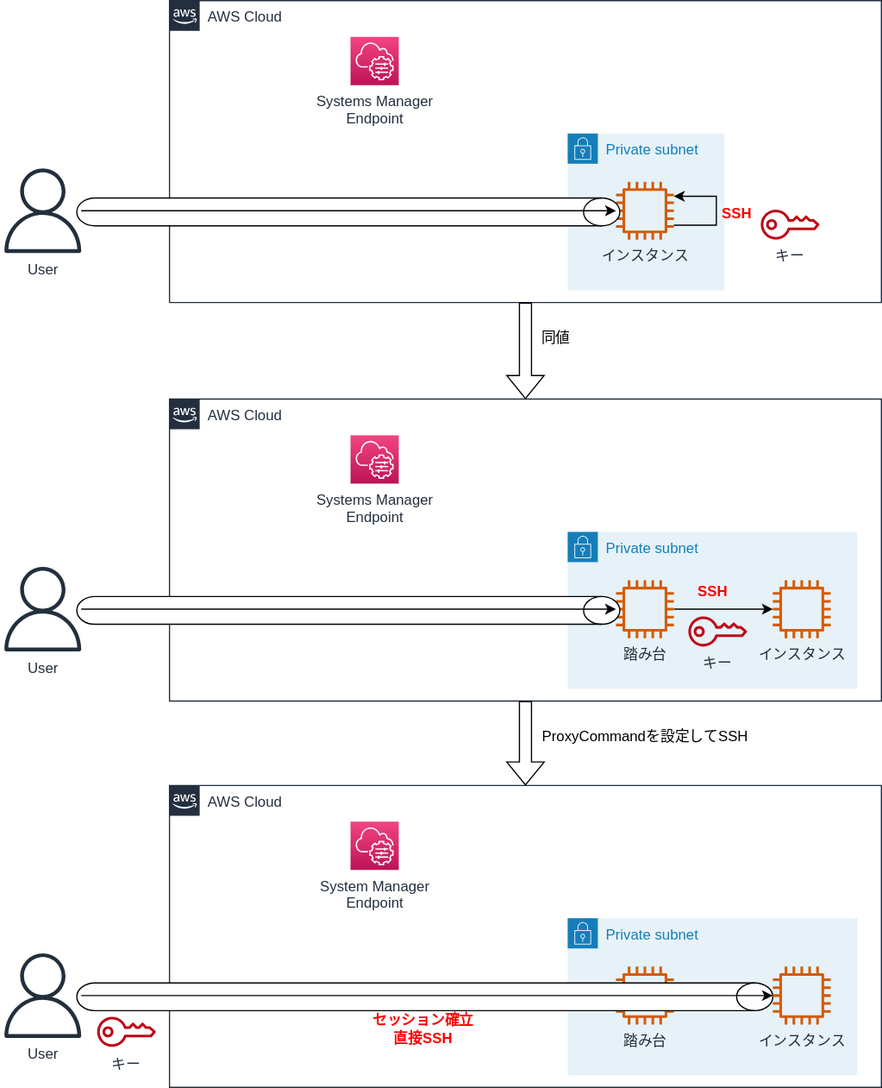
sensq/ssh-over-session-manager keeps this draw.io diagram as images/sm_ssh.drawio.svg. Above is the earlier version. Source tidied: cells renumbered, new cells last; positions are measured from the earlier drawing's top-left corner, leaving out a move shared by most shapes.
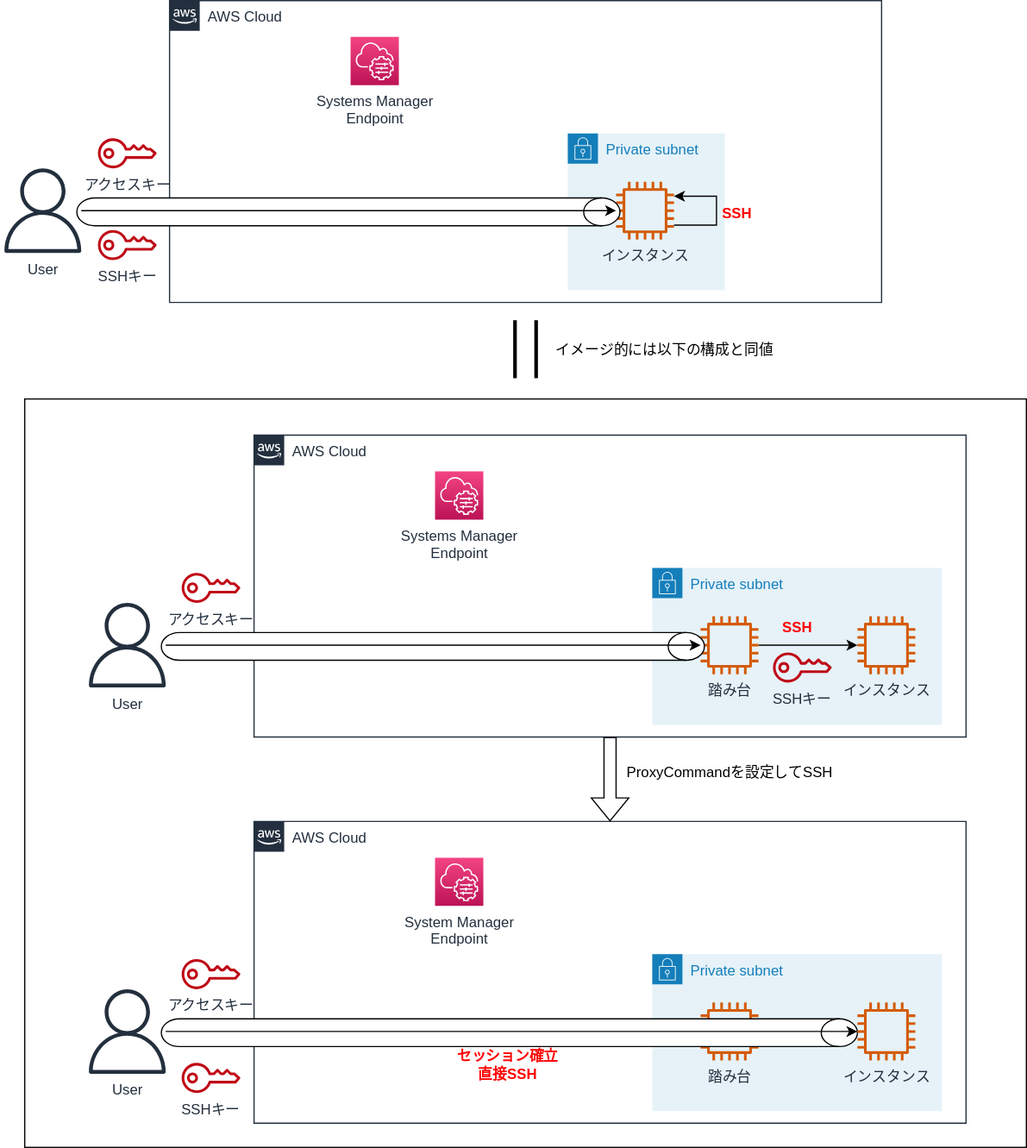
After the change.

Change to the diagram source:
```diff
@@ -2,26 +2,38 @@
   <root>
     <mxCell id="0" />
     <mxCell id="1" parent="0" />
+    <mxCell id="37" style="rounded=0;whiteSpace=wrap;html=1;strokeWidth=1;fillColor=none;" parent="1" vertex="1">
+      <mxGeometry x="-50" y="300" width="830" height="620" as="geometry" />
+    </mxCell>
+    <mxCell id="38" value="アクセスキー" style="sketch=0;fontColor=#232F3E;gradientColor=none;fillColor=#BF0816;strokeColor=none;dashed=0;verticalLabelPosition=bottom;verticalAlign=top;align=center;html=1;fontSize=12;fontStyle=0;shape=mxgraph.aws4.addon;" parent="37" vertex="1">
+      <mxGeometry x="130" y="144" width="48.8" height="25" as="geometry" />
+    </mxCell>
+    <mxCell id="36" value="アクセスキー" style="sketch=0;fontColor=#232F3E;gradientColor=none;fillColor=#BF0816;strokeColor=none;dashed=0;verticalLabelPosition=bottom;verticalAlign=top;align=center;html=1;fontSize=12;fontStyle=0;shape=mxgraph.aws4.addon;" parent="37" vertex="1">
+      <mxGeometry x="130" y="464" width="48.8" height="25" as="geometry" />
+    </mxCell>
+    <mxCell id="39" value="SSHキー" style="sketch=0;fontColor=#232F3E;gradientColor=none;fillColor=#BF0816;strokeColor=none;dashed=0;verticalLabelPosition=bottom;verticalAlign=top;align=center;html=1;fontSize=12;fontStyle=0;shape=mxgraph.aws4.addon;" parent="37" vertex="1">
+      <mxGeometry x="130" y="550" width="48.8" height="25" as="geometry" />
+    </mxCell>
     <mxCell id="2" value="AWS Cloud" style="points=[[0,0],[0.25,0],[0.5,0],[0.75,0],[1,0],[1,0.25],[1,0.5],[1,0.75],[1,1],[0.75,1],[0.5,1],[0.25,1],[0,1],[0,0.75],[0,0.5],[0,0.25]];outlineConnect=0;gradientColor=none;html=1;whiteSpace=wrap;fontSize=12;fontStyle=0;shape=mxgraph.aws4.group;grIcon=mxgraph.aws4.group_aws_cloud_alt;strokeColor=#232F3E;fillColor=none;verticalAlign=top;align=left;spacingLeft=30;fontColor=#232F3E;dashed=0;" parent="1" vertex="1">
       <mxGeometry x="140" y="330" width="590" height="250" as="geometry" />
     </mxCell>
     <mxCell id="3" value="Private subnet" style="gradientColor=none;html=1;whiteSpace=wrap;fontSize=12;fontStyle=0;shape=mxgraph.aws4.group;grIcon=mxgraph.aws4.group_security_group;grStroke=0;strokeColor=#147EBA;fillColor=#E6F2F8;verticalAlign=top;align=left;spacingLeft=30;fontColor=#147EBA;dashed=0;" parent="1" vertex="1">
-      <mxGeometry x="470" y="110" width="130" height="130" as="geometry" />
+      <mxGeometry x="400" y="80" width="130" height="130" as="geometry" />
     </mxCell>
     <mxCell id="4" value="AWS Cloud" style="points=[[0,0],[0.25,0],[0.5,0],[0.75,0],[1,0],[1,0.25],[1,0.5],[1,0.75],[1,1],[0.75,1],[0.5,1],[0.25,1],[0,1],[0,0.75],[0,0.5],[0,0.25]];outlineConnect=0;gradientColor=none;html=1;whiteSpace=wrap;fontSize=12;fontStyle=0;shape=mxgraph.aws4.group;grIcon=mxgraph.aws4.group_aws_cloud_alt;strokeColor=#232F3E;fillColor=none;verticalAlign=top;align=left;spacingLeft=30;fontColor=#232F3E;dashed=0;" parent="1" vertex="1">
-      <mxGeometry x="140" width="590" height="250" as="geometry" />
+      <mxGeometry x="70" y="-30" width="590" height="250" as="geometry" />
     </mxCell>
     <mxCell id="5" value="インスタンス" style="sketch=0;outlineConnect=0;fontColor=#232F3E;gradientColor=none;fillColor=#D45B07;strokeColor=none;dashed=0;verticalLabelPosition=bottom;verticalAlign=top;align=center;html=1;fontSize=12;fontStyle=0;shape=mxgraph.aws4.instance2;points=[[0.25,0],[0.5,0],[0.75,0],[0,0.25],[0,0.5],[0,0.75],[0.25,1],[0.5,1],[0.75,1],[1,0.25],[1,0.5],[1,0.75]];" parent="1" vertex="1">
-      <mxGeometry x="510" y="150" width="48" height="48" as="geometry" />
+      <mxGeometry x="440" y="120" width="48" height="48" as="geometry" />
     </mxCell>
     <mxCell id="6" value="Systems Manager&lt;br&gt;Endpoint" style="sketch=0;fontColor=#232F3E;gradientColor=#F34482;gradientDirection=north;fillColor=#BC1356;strokeColor=#ffffff;dashed=0;verticalLabelPosition=bottom;verticalAlign=top;align=center;html=1;fontSize=12;fontStyle=0;shape=mxgraph.aws4.resourceIcon;resIcon=mxgraph.aws4.systems_manager;" parent="1" vertex="1">
-      <mxGeometry x="290" y="30" width="40" height="40" as="geometry" />
+      <mxGeometry x="220" width="40" height="40" as="geometry" />
     </mxCell>
     <mxCell id="7" value="User" style="sketch=0;outlineConnect=0;fontColor=#232F3E;gradientColor=none;fillColor=#232F3D;strokeColor=none;dashed=0;verticalLabelPosition=bottom;verticalAlign=top;align=center;html=1;fontSize=12;fontStyle=0;shape=mxgraph.aws4.user;points=[[0.25,0],[0.5,0],[0.75,0],[0,0.25],[0,0.5],[0,0.75],[0.25,1],[0.5,1],[0.75,1],[1,0.25],[1,0.5],[1,0.75]];" parent="1" vertex="1">
-      <mxGeometry y="139" width="70" height="70" as="geometry" />
+      <mxGeometry x="-70" y="109" width="70" height="70" as="geometry" />
     </mxCell>
     <mxCell id="8" style="shape=cylinder3;whiteSpace=wrap;html=1;boundedLbl=1;backgroundOutline=1;size=15;direction=south;" parent="1" vertex="1">
-      <mxGeometry x="63.2" y="163.5" width="450" height="23" as="geometry" />
+      <mxGeometry x="-6.8" y="133.5" width="450" height="23" as="geometry" />
     </mxCell>
     <mxCell id="9" style="endArrow=classic;html=1;rounded=0;entryX=0;entryY=0.5;entryDx=0;entryDy=0;exitX=1;exitY=0.5;exitDx=0;exitDy=0;" parent="1" edge="1" source="7" target="5">
       <mxGeometry relative="1" as="geometry" />
@@ -29,13 +41,13 @@
     <mxCell id="10" style="edgeStyle=orthogonalEdgeStyle;rounded=0;html=1;exitX=1;exitY=0.75;exitDx=0;exitDy=0;entryX=1;entryY=0.25;entryDx=0;entryDy=0;" parent="1" edge="1" source="5" target="5">
       <mxGeometry relative="1" as="geometry">
         <Array as="points">
-          <mxPoint x="593.2" y="186" />
-          <mxPoint x="593.2" y="162" />
+          <mxPoint x="523.2" y="156" />
+          <mxPoint x="523.2" y="132" />
         </Array>
       </mxGeometry>
     </mxCell>
     <mxCell id="11" value="SSH" style="text;html=1;align=center;verticalAlign=middle;strokeColor=none;fillColor=none;fontColor=#FF0000;fontStyle=1;" parent="1" vertex="1">
-      <mxGeometry x="590" y="166.5" width="40" height="20" as="geometry" />
+      <mxGeometry x="520" y="136.5" width="40" height="20" as="geometry" />
     </mxCell>
     <mxCell id="12" value="Private subnet" style="gradientColor=none;html=1;whiteSpace=wrap;fontSize=12;fontStyle=0;shape=mxgraph.aws4.group;grIcon=mxgraph.aws4.group_security_group;grStroke=0;strokeColor=#147EBA;fillColor=#E6F2F8;verticalAlign=top;align=left;spacingLeft=30;fontColor=#147EBA;dashed=0;" parent="1" vertex="1">
       <mxGeometry x="470" y="440" width="240" height="130" as="geometry" />
@@ -91,26 +103,26 @@
     <mxCell id="29" value="セッション確立&lt;br&gt;直接SSH" style="text;html=1;align=center;verticalAlign=middle;strokeColor=none;fillColor=none;fontStyle=1;fontColor=#FF0000;" parent="1" vertex="1">
       <mxGeometry x="300" y="836.5" width="100" height="30" as="geometry" />
     </mxCell>
-    <mxCell id="30" value="同値" style="text;html=1;align=center;verticalAlign=middle;strokeColor=none;fillColor=none;fontColor=#000000;" parent="1" vertex="1">
-      <mxGeometry x="440" y="270" width="40" height="20" as="geometry" />
+    <mxCell id="30" value="イメージ的には以下の構成と同値" style="text;html=1;align=center;verticalAlign=middle;strokeColor=none;fillColor=none;fontColor=#000000;" parent="1" vertex="1">
+      <mxGeometry x="380" y="250" width="200" height="20" as="geometry" />
     </mxCell>
-    <mxCell id="31" style="shape=flexArrow;endArrow=classic;html=1;rounded=0;fontColor=#000000;" parent="1" edge="1" source="4" target="2">
-      <mxGeometry relative="1" as="geometry" />
-    </mxCell>
     <mxCell id="32" style="shape=flexArrow;endArrow=classic;html=1;rounded=0;fontColor=#000000;" parent="1" edge="1" source="2" target="21">
       <mxGeometry relative="1" as="geometry" />
     </mxCell>
     <mxCell id="33" value="ProxyCommandを設定してSSH" style="text;html=1;align=center;verticalAlign=middle;strokeColor=none;fillColor=none;fontColor=#000000;" parent="1" vertex="1">
       <mxGeometry x="439" y="600" width="190" height="20" as="geometry" />
     </mxCell>
-    <mxCell id="34" value="キー" style="sketch=0;fontColor=#232F3E;gradientColor=none;fillColor=#BF0816;strokeColor=none;dashed=0;verticalLabelPosition=bottom;verticalAlign=top;align=center;html=1;fontSize=12;fontStyle=0;shape=mxgraph.aws4.addon;" parent="1" vertex="1">
-      <mxGeometry x="630" y="173" width="48.8" height="25" as="geometry" />
+    <mxCell id="34" value="SSHキー" style="sketch=0;fontColor=#232F3E;gradientColor=none;fillColor=#BF0816;strokeColor=none;dashed=0;verticalLabelPosition=bottom;verticalAlign=top;align=center;html=1;fontSize=12;fontStyle=0;shape=mxgraph.aws4.addon;" parent="1" vertex="1">
+      <mxGeometry x="10.6" y="160" width="48.8" height="25" as="geometry" />
     </mxCell>
-    <mxCell id="35" value="キー" style="sketch=0;fontColor=#232F3E;gradientColor=none;fillColor=#BF0816;strokeColor=none;dashed=0;verticalLabelPosition=bottom;verticalAlign=top;align=center;html=1;fontSize=12;fontStyle=0;shape=mxgraph.aws4.addon;" parent="1" vertex="1">
+    <mxCell id="35" value="SSHキー" style="sketch=0;fontColor=#232F3E;gradientColor=none;fillColor=#BF0816;strokeColor=none;dashed=0;verticalLabelPosition=bottom;verticalAlign=top;align=center;html=1;fontSize=12;fontStyle=0;shape=mxgraph.aws4.addon;" parent="1" vertex="1">
       <mxGeometry x="570" y="510" width="48.8" height="25" as="geometry" />
     </mxCell>
-    <mxCell id="36" value="キー" style="sketch=0;fontColor=#232F3E;gradientColor=none;fillColor=#BF0816;strokeColor=none;dashed=0;verticalLabelPosition=bottom;verticalAlign=top;align=center;html=1;fontSize=12;fontStyle=0;shape=mxgraph.aws4.addon;" parent="1" vertex="1">
-      <mxGeometry x="80" y="841.5" width="48.8" height="25" as="geometry" />
-    </mxCell>
+    <mxCell id="40" style="shape=partialRectangle;whiteSpace=wrap;html=1;left=0;right=0;fillColor=none;rotation=90;strokeWidth=3;" parent="1" vertex="1">
+      <mxGeometry x="342.5" y="250" width="45" height="17.5" as="geometry" />
+    </mxCell>
+    <mxCell id="41" value="アクセスキー" style="sketch=0;fontColor=#232F3E;gradientColor=none;fillColor=#BF0816;strokeColor=none;dashed=0;verticalLabelPosition=bottom;verticalAlign=top;align=center;html=1;fontSize=12;fontStyle=0;shape=mxgraph.aws4.addon;" parent="1" vertex="1">
+      <mxGeometry x="10.6" y="84" width="48.8" height="25" as="geometry" />
+    </mxCell>
   </root>
 </mxGraphModel>
```
